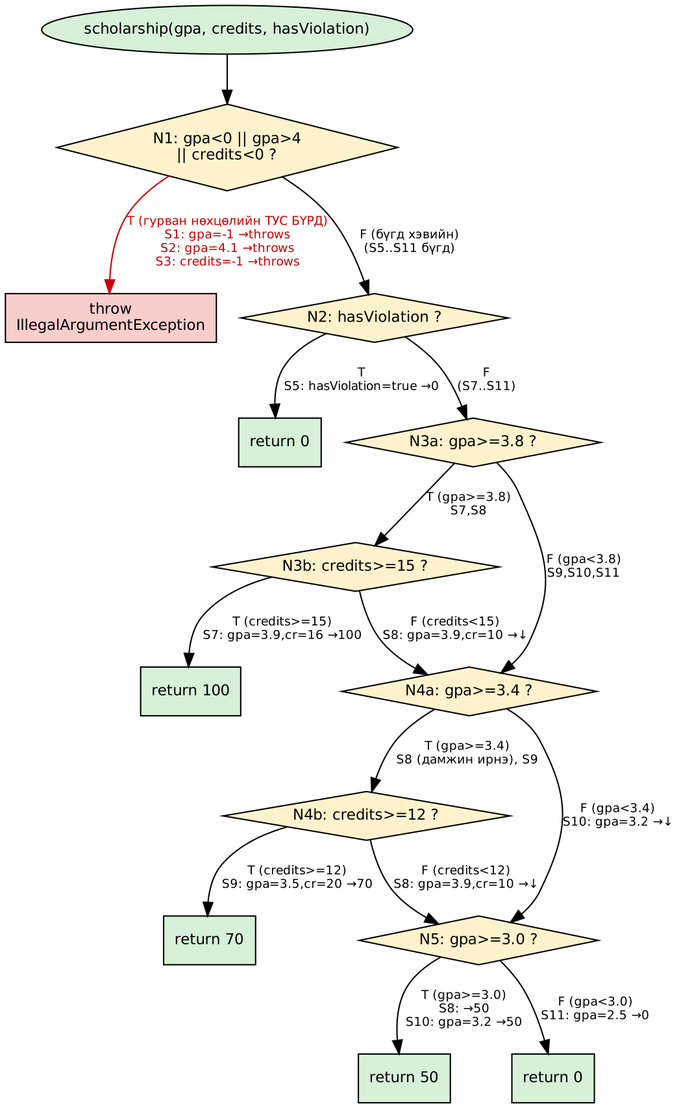
This is cfg.png from jargala091/f.csa313-lab9, a Graphviz export, as it was before one commit. Its source is kept beside it as cfg.dot.
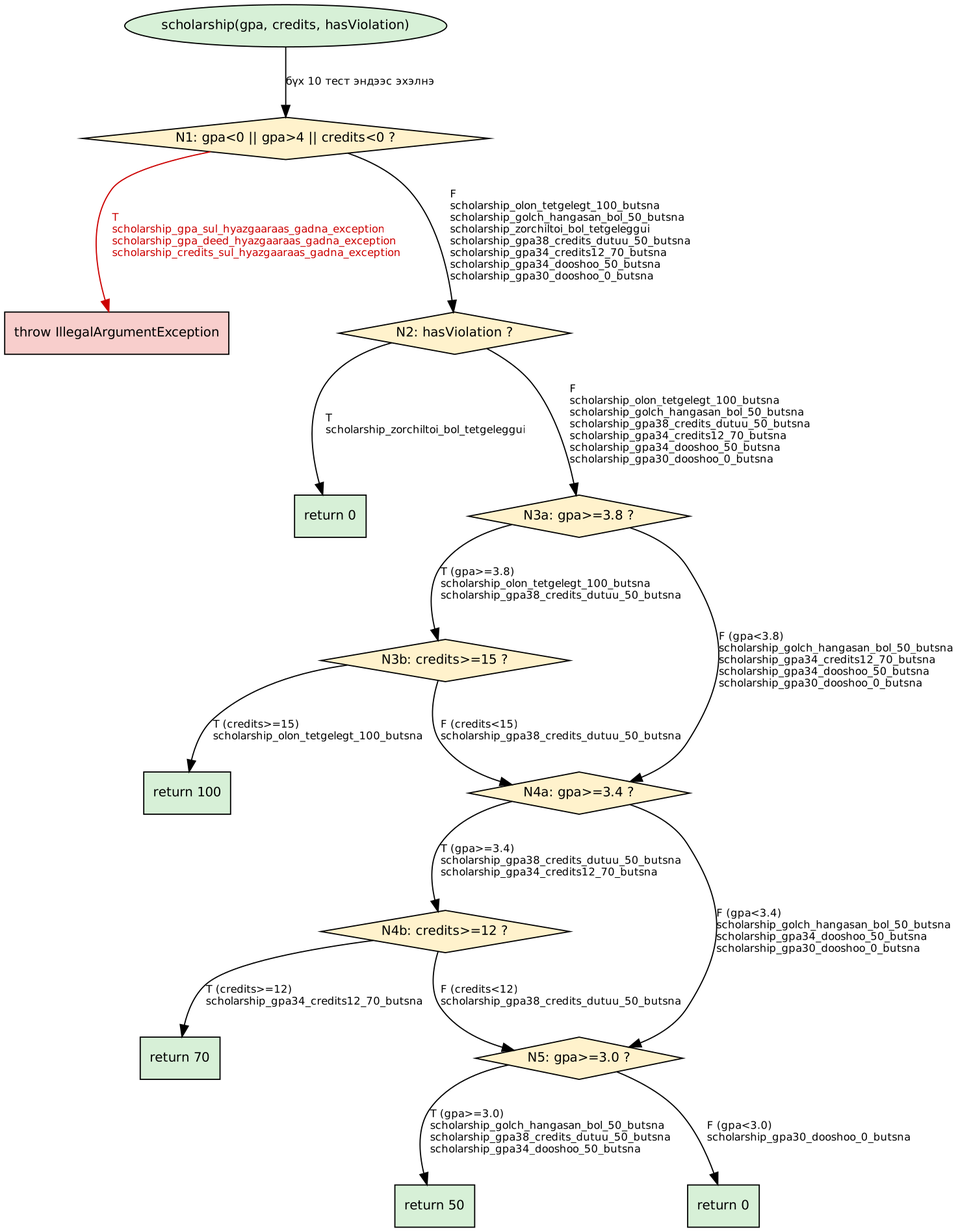
After the commit.

Change to the diagram source:
```diff
@@ -1,48 +1,50 @@
 digraph scholarship_CFG {
   rankdir=TB;
+  nodesep=0.5; ranksep=0.7;
   node [shape=box, fontname="DejaVu Sans", fontsize=11, style=filled, fillcolor="#eef3fb"];
   edge [fontname="DejaVu Sans", fontsize=9];
 
   Start [shape=ellipse, fillcolor="#d7f0d7", label="scholarship(gpa, credits, hasViolation)"];
 
-  G1 [label="N1: gpa<0 || gpa>4\n|| credits<0 ?", shape=diamond, fillcolor="#fff2cc"];
-  ThrowGuard [label="throw\nIllegalArgumentException", fillcolor="#f8cecc"];
+  N1  [label="N1: gpa<0 || gpa>4 || credits<0 ?", shape=diamond, fillcolor="#fff2cc"];
+  Throw [label="throw IllegalArgumentException", fillcolor="#f8cecc"];
 
-  G2 [label="N2: hasViolation ?", shape=diamond, fillcolor="#fff2cc"];
+  N2  [label="N2: hasViolation ?", shape=diamond, fillcolor="#fff2cc"];
   Ret0a [label="return 0", fillcolor="#d7f0d7"];
 
-  G3a [label="N3a: gpa>=3.8 ?", shape=diamond, fillcolor="#fff2cc"];
-  G3b [label="N3b: credits>=15 ?", shape=diamond, fillcolor="#fff2cc"];
+  N3a [label="N3a: gpa>=3.8 ?", shape=diamond, fillcolor="#fff2cc"];
+  N3b [label="N3b: credits>=15 ?", shape=diamond, fillcolor="#fff2cc"];
   Ret100 [label="return 100", fillcolor="#d7f0d7"];
 
-  G4a [label="N4a: gpa>=3.4 ?", shape=diamond, fillcolor="#fff2cc"];
-  G4b [label="N4b: credits>=12 ?", shape=diamond, fillcolor="#fff2cc"];
+  N4a [label="N4a: gpa>=3.4 ?", shape=diamond, fillcolor="#fff2cc"];
+  N4b [label="N4b: credits>=12 ?", shape=diamond, fillcolor="#fff2cc"];
   Ret70 [label="return 70", fillcolor="#d7f0d7"];
 
-  G5 [label="N5: gpa>=3.0 ?", shape=diamond, fillcolor="#fff2cc"];
+  N5  [label="N5: gpa>=3.0 ?", shape=diamond, fillcolor="#fff2cc"];
   Ret50 [label="return 50", fillcolor="#d7f0d7"];
   Ret0b [label="return 0", fillcolor="#d7f0d7"];
 
-  Start -> G1;
+  Start -> N1 [label="бүх 10 тест эндээс эхэлнэ"];
 
-  G1 -> ThrowGuard [label="T (гурван нөхцөлийн ТУС БҮРД)\nS1: gpa=-1 →throws\nS2: gpa=4.1 →throws\nS3: credits=-1 →throws", color="#cc0000", fontcolor="#cc0000"];
-  G1 -> G2 [label="F (бүгд хэвийн)\n(S5..S11 бүгд)"];
+  N1 -> Throw [color="#cc0000", fontcolor="#cc0000",
+    label="T\lscholarship_gpa_sul_hyazgaaraas_gadna_exception\lscholarship_gpa_deed_hyazgaaraas_gadna_exception\lscholarship_credits_sul_hyazgaaraas_gadna_exception\l"];
+  N1 -> N2 [label="F\lscholarship_olon_tetgelegt_100_butsna\lscholarship_golch_hangasan_bol_50_butsna\lscholarship_zorchiltoi_bol_tetgeleggui\lscholarship_gpa38_credits_dutuu_50_butsna\lscholarship_gpa34_credits12_70_butsna\lscholarship_gpa34_dooshoo_50_butsna\lscholarship_gpa30_dooshoo_0_butsna\l"];
 
-  G2 -> Ret0a [label="T\nS5: hasViolation=true →0"];
-  G2 -> G3a [label="F\n(S7..S11)"];
+  N2 -> Ret0a [label="T\lscholarship_zorchiltoi_bol_tetgeleggui\l"];
+  N2 -> N3a [label="F\lscholarship_olon_tetgelegt_100_butsna\lscholarship_golch_hangasan_bol_50_butsna\lscholarship_gpa38_credits_dutuu_50_butsna\lscholarship_gpa34_credits12_70_butsna\lscholarship_gpa34_dooshoo_50_butsna\lscholarship_gpa30_dooshoo_0_butsna\l"];
 
-  G3a -> G3b [label="T (gpa>=3.8)\nS7,S8"];
-  G3a -> G4a [label="F (gpa<3.8)\nS9,S10,S11"];
+  N3a -> N3b [label="T (gpa>=3.8)\lscholarship_olon_tetgelegt_100_butsna\lscholarship_gpa38_credits_dutuu_50_butsna\l"];
+  N3a -> N4a [label="F (gpa<3.8)\lscholarship_golch_hangasan_bol_50_butsna\lscholarship_gpa34_credits12_70_butsna\lscholarship_gpa34_dooshoo_50_butsna\lscholarship_gpa30_dooshoo_0_butsna\l"];
 
-  G3b -> Ret100 [label="T (credits>=15)\nS7: gpa=3.9,cr=16 →100"];
-  G3b -> G4a [label="F (credits<15)\nS8: gpa=3.9,cr=10 →↓"];
+  N3b -> Ret100 [label="T (credits>=15)\lscholarship_olon_tetgelegt_100_butsna\l"];
+  N3b -> N4a [label="F (credits<15)\lscholarship_gpa38_credits_dutuu_50_butsna\l"];
 
-  G4a -> G4b [label="T (gpa>=3.4)\nS8 (дамжин ирнэ), S9"];
-  G4a -> G5 [label="F (gpa<3.4)\nS10: gpa=3.2 →↓"];
+  N4a -> N4b [label="T (gpa>=3.4)\lscholarship_gpa38_credits_dutuu_50_butsna\lscholarship_gpa34_credits12_70_butsna\l"];
+  N4a -> N5 [label="F (gpa<3.4)\lscholarship_golch_hangasan_bol_50_butsna\lscholarship_gpa34_dooshoo_50_butsna\lscholarship_gpa30_dooshoo_0_butsna\l"];
 
-  G4b -> Ret70 [label="T (credits>=12)\nS9: gpa=3.5,cr=20 →70"];
-  G4b -> G5 [label="F (credits<12)\nS8: gpa=3.9,cr=10 →↓"];
+  N4b -> Ret70 [label="T (credits>=12)\lscholarship_gpa34_credits12_70_butsna\l"];
+  N4b -> N5 [label="F (credits<12)\lscholarship_gpa38_credits_dutuu_50_butsna\l"];
 
-  G5 -> Ret50 [label="T (gpa>=3.0)\nS8: →50\nS10: gpa=3.2 →50"];
-  G5 -> Ret0b [label="F (gpa<3.0)\nS11: gpa=2.5 →0"];
+  N5 -> Ret50 [label="T (gpa>=3.0)\lscholarship_golch_hangasan_bol_50_butsna\lscholarship_gpa38_credits_dutuu_50_butsna\lscholarship_gpa34_dooshoo_50_butsna\l"];
+  N5 -> Ret0b [label="F (gpa<3.0)\lscholarship_gpa30_dooshoo_0_butsna\l"];
 }
```
